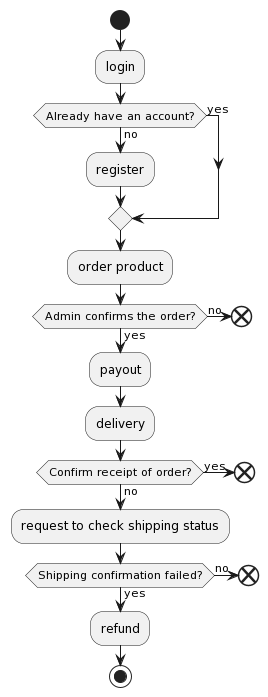
khang1010/SE357-Pratice-class keeps this PlantUML diagram as Lab 1.2/Activity diagram/Activity.png. Above is the earlier version.
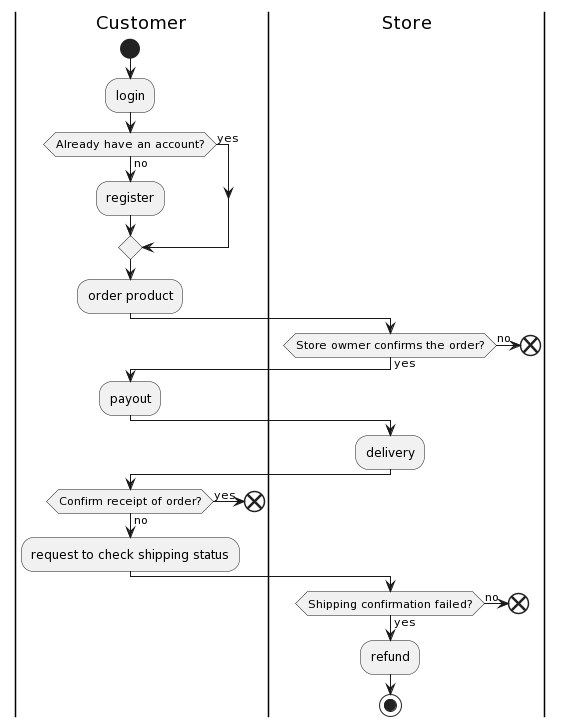
Above is the later version.

Commit message:
21520774 NguyenDucThanhDuy Activity Diagram

What changed in the source:
```diff
@@ -1,4 +1,5 @@
 @startuml
+|Customer|
 start
 :login;
 if (Already have an account?) then (yes)
@@ -6,21 +7,29 @@
   :register;
 endif
 :order product;
-if (Admin confirms the order?) then (yes)
+|Customer|
+|Store|
+if (Store owmer confirms the order?) then (yes)
+|Customer|
 :payout;
+|Store|
 :delivery;
 else (no)
+|Store|
 end
 endif
+|Customer|
 if(Confirm receipt of order?) then (yes)
 end
 else (no)
 :request to check shipping status;
 endif
+|Store|
 if (Shipping confirmation failed?) then (yes)
 :refund;
 else (no)
 end
 endif
+
 stop
 @enduml
```
